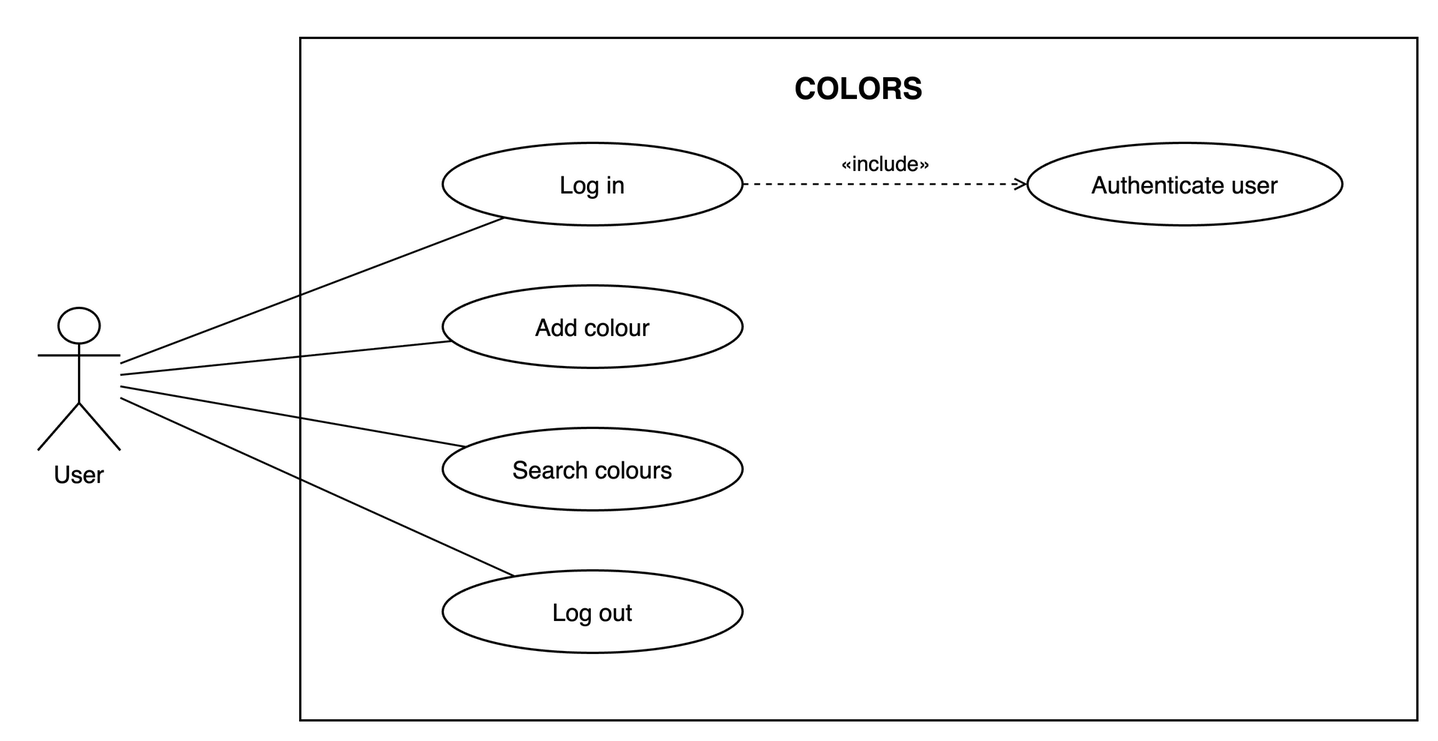
The draw.io diagram docs/uml/usecase.png in milesrack/colors-lamp, before a commit. Source tidied: cells renumbered, new cells last; positions are measured from the earlier drawing's top-left corner, leaving out a move shared by most shapes.
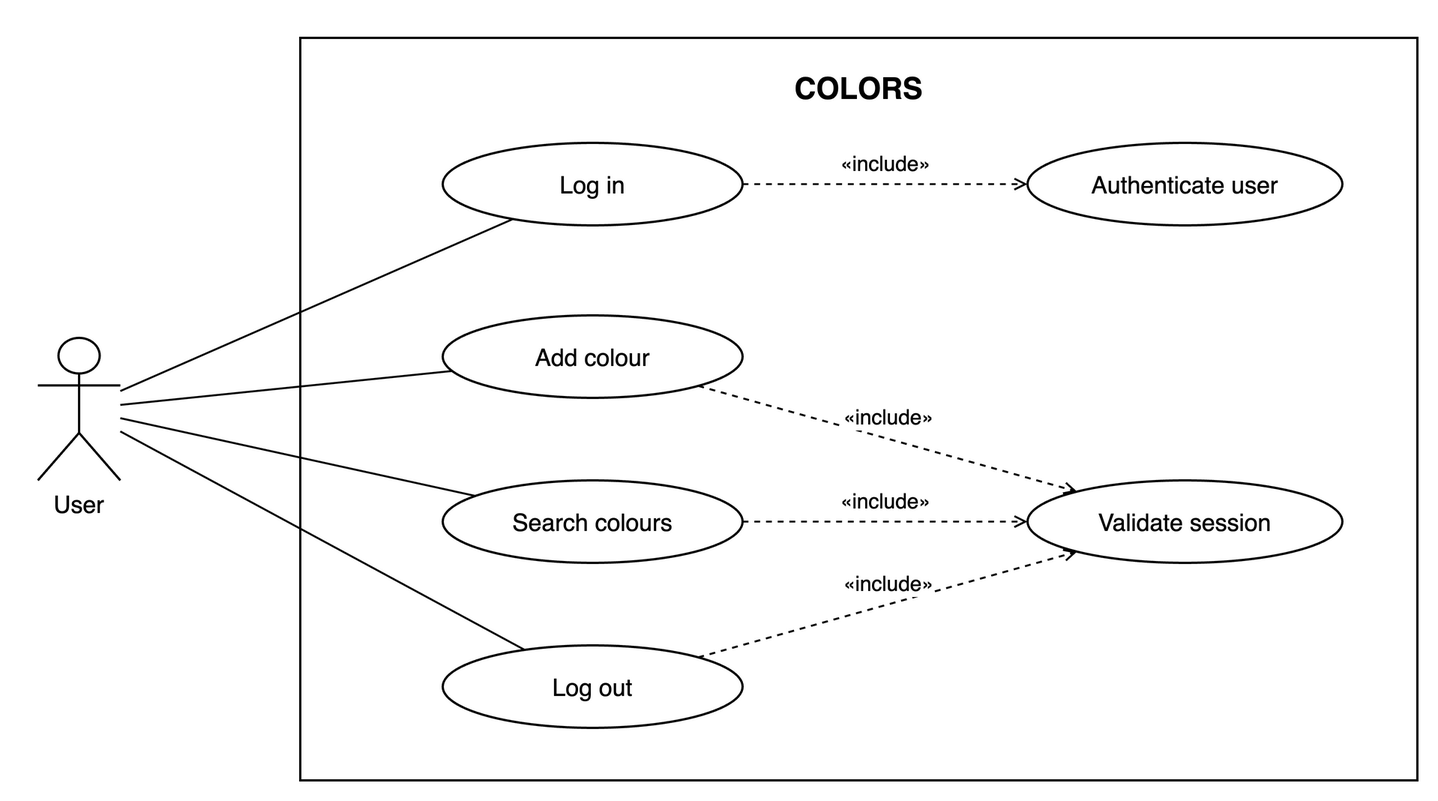
Later version of the same file.

The edit, as a diff of the source:
```diff
@@ -3,10 +3,10 @@
     <mxCell id="0" />
     <mxCell id="1" parent="0" />
     <mxCell id="2" value="COLORS" style="html=1;whiteSpace=wrap;fontFamily=Helvetica;fontSize=16;fontColor=#000000;strokeColor=#000000;fillColor=#FFFFFF;strokeWidth=1.5;rounded=0;verticalAlign=top;spacingTop=15;fontStyle=1;fontSize=20;" parent="1" vertex="1">
-      <mxGeometry x="175" width="745" height="455" as="geometry" />
+      <mxGeometry x="175" width="745" height="495" as="geometry" />
     </mxCell>
     <mxCell id="3" value="User" style="html=1;whiteSpace=wrap;fontFamily=Helvetica;fontSize=16;fontColor=#000000;strokeColor=#000000;fillColor=#FFFFFF;strokeWidth=1.5;shape=umlActor;verticalLabelPosition=bottom;verticalAlign=top;" parent="1" vertex="1">
-      <mxGeometry y="180" width="55" height="95" as="geometry" />
+      <mxGeometry y="200" width="55" height="95" as="geometry" />
     </mxCell>
     <mxCell id="4" value="Log in" style="html=1;whiteSpace=wrap;fontFamily=Helvetica;fontSize=16;fontColor=#000000;strokeColor=#000000;fillColor=#FFFFFF;strokeWidth=1.5;ellipse;" parent="1" vertex="1">
       <mxGeometry x="270" y="70" width="200" height="55" as="geometry" />
@@ -15,19 +15,19 @@
       <mxGeometry relative="1" as="geometry" />
     </mxCell>
     <mxCell id="6" value="Add colour" style="html=1;whiteSpace=wrap;fontFamily=Helvetica;fontSize=16;fontColor=#000000;strokeColor=#000000;fillColor=#FFFFFF;strokeWidth=1.5;ellipse;" parent="1" vertex="1">
-      <mxGeometry x="270" y="165" width="200" height="55" as="geometry" />
+      <mxGeometry x="270" y="185" width="200" height="55" as="geometry" />
     </mxCell>
     <mxCell id="7" style="edgeStyle=orthogonalEdgeStyle;rounded=0;html=1;fontFamily=Helvetica;fontSize=14;fontColor=#000000;strokeColor=#000000;strokeWidth=1.3;labelBackgroundColor=#FFFFFF;endArrow=block;endFill=1;jettySize=auto;edgeStyle=none;endArrow=none;" parent="1" edge="1" source="3" target="6">
       <mxGeometry relative="1" as="geometry" />
     </mxCell>
     <mxCell id="8" value="Search colours" style="html=1;whiteSpace=wrap;fontFamily=Helvetica;fontSize=16;fontColor=#000000;strokeColor=#000000;fillColor=#FFFFFF;strokeWidth=1.5;ellipse;" parent="1" vertex="1">
-      <mxGeometry x="270" y="260" width="200" height="55" as="geometry" />
+      <mxGeometry x="270" y="295" width="200" height="55" as="geometry" />
     </mxCell>
     <mxCell id="9" style="edgeStyle=orthogonalEdgeStyle;rounded=0;html=1;fontFamily=Helvetica;fontSize=14;fontColor=#000000;strokeColor=#000000;strokeWidth=1.3;labelBackgroundColor=#FFFFFF;endArrow=block;endFill=1;jettySize=auto;edgeStyle=none;endArrow=none;" parent="1" edge="1" source="3" target="8">
       <mxGeometry relative="1" as="geometry" />
     </mxCell>
     <mxCell id="10" value="Log out" style="html=1;whiteSpace=wrap;fontFamily=Helvetica;fontSize=16;fontColor=#000000;strokeColor=#000000;fillColor=#FFFFFF;strokeWidth=1.5;ellipse;" parent="1" vertex="1">
-      <mxGeometry x="270" y="355" width="200" height="55" as="geometry" />
+      <mxGeometry x="270" y="405" width="200" height="55" as="geometry" />
     </mxCell>
     <mxCell id="11" style="edgeStyle=orthogonalEdgeStyle;rounded=0;html=1;fontFamily=Helvetica;fontSize=14;fontColor=#000000;strokeColor=#000000;strokeWidth=1.3;labelBackgroundColor=#FFFFFF;endArrow=block;endFill=1;jettySize=auto;edgeStyle=none;endArrow=none;" parent="1" edge="1" source="3" target="10">
       <mxGeometry relative="1" as="geometry" />
@@ -35,10 +35,28 @@
     <mxCell id="12" value="Authenticate user" style="html=1;whiteSpace=wrap;fontFamily=Helvetica;fontSize=16;fontColor=#000000;strokeColor=#000000;fillColor=#FFFFFF;strokeWidth=1.5;ellipse;" parent="1" vertex="1">
       <mxGeometry x="660" y="70" width="210" height="55" as="geometry" />
     </mxCell>
+    <mxCell id="14" value="Validate session" style="html=1;whiteSpace=wrap;fontFamily=Helvetica;fontSize=16;fontColor=#000000;strokeColor=#000000;fillColor=#FFFFFF;strokeWidth=1.5;ellipse;" parent="1" vertex="1">
+      <mxGeometry x="660" y="295" width="210" height="55" as="geometry" />
+    </mxCell>
-    <mxCell id="13" value="«include»" style="edgeStyle=orthogonalEdgeStyle;rounded=0;html=1;fontFamily=Helvetica;fontSize=14;fontColor=#000000;strokeColor=#000000;strokeWidth=1.3;labelBackgroundColor=#FFFFFF;endArrow=block;endFill=1;jettySize=auto;edgeStyle=none;dashed=1;endArrow=open;endFill=0;exitX=1;exitY=0.5;entryX=0;entryY=0.5;" parent="1" edge="1" source="4" target="12">
+    <mxCell id="13" value="«include»" style="edgeStyle=orthogonalEdgeStyle;rounded=0;html=1;fontFamily=Helvetica;fontSize=14;fontColor=#000000;strokeColor=#000000;strokeWidth=1.3;labelBackgroundColor=#FFFFFF;endArrow=block;endFill=1;jettySize=auto;edgeStyle=none;dashed=1;endArrow=open;endFill=0;" parent="1" edge="1" source="4" target="12">
       <mxGeometry relative="1" as="geometry">
         <mxPoint y="-14" as="offset" />
       </mxGeometry>
     </mxCell>
+    <mxCell id="15" value="«include»" style="edgeStyle=orthogonalEdgeStyle;rounded=0;html=1;fontFamily=Helvetica;fontSize=14;fontColor=#000000;strokeColor=#000000;strokeWidth=1.3;labelBackgroundColor=#FFFFFF;endArrow=block;endFill=1;jettySize=auto;edgeStyle=none;dashed=1;endArrow=open;endFill=0;" parent="1" edge="1" source="6" target="14">
+      <mxGeometry relative="1" as="geometry">
+        <mxPoint y="-14" as="offset" />
+      </mxGeometry>
+    </mxCell>
+    <mxCell id="16" value="«include»" style="edgeStyle=orthogonalEdgeStyle;rounded=0;html=1;fontFamily=Helvetica;fontSize=14;fontColor=#000000;strokeColor=#000000;strokeWidth=1.3;labelBackgroundColor=#FFFFFF;endArrow=block;endFill=1;jettySize=auto;edgeStyle=none;dashed=1;endArrow=open;endFill=0;" parent="1" edge="1" source="8" target="14">
+      <mxGeometry relative="1" as="geometry">
+        <mxPoint y="-14" as="offset" />
+      </mxGeometry>
+    </mxCell>
+    <mxCell id="17" value="«include»" style="edgeStyle=orthogonalEdgeStyle;rounded=0;html=1;fontFamily=Helvetica;fontSize=14;fontColor=#000000;strokeColor=#000000;strokeWidth=1.3;labelBackgroundColor=#FFFFFF;endArrow=block;endFill=1;jettySize=auto;edgeStyle=none;dashed=1;endArrow=open;endFill=0;" parent="1" edge="1" source="10" target="14">
+      <mxGeometry relative="1" as="geometry">
+        <mxPoint y="-14" as="offset" />
+      </mxGeometry>
+    </mxCell>
   </root>
 </mxGraphModel>
```
